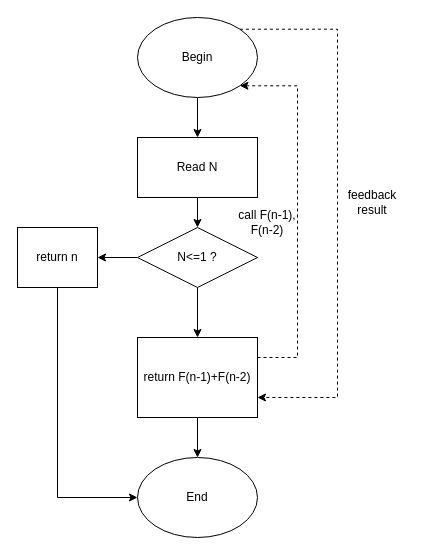
106210049/OOP_excercise keeps this draw.io diagram as page "recursion" (1 of 2) of Fibonacci.drawio. Above is the earlier version. Source tidied: cells renumbered, new cells numbered last; positions are measured from the earlier drawing's top-left corner, leaving out a move shared by most shapes. Both pictures are drawn from the tidied source at 100%, with x=0, y=0 at pixel (17, 17).
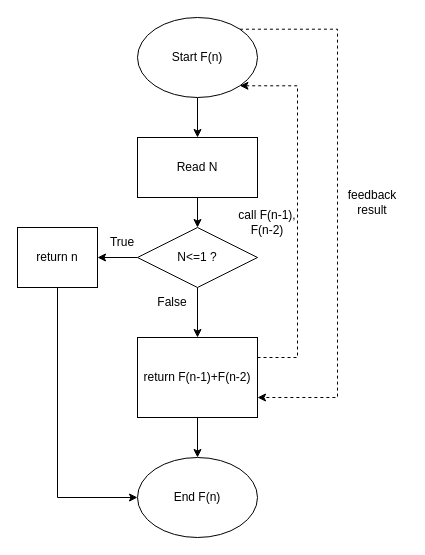
The same diagram, later.

The edit, as a diff of the source:
```diff
@@
-    <mxCell id="4" value="Begin" style="ellipse;whiteSpace=wrap;html=1;" parent="1" vertex="1">
+    <mxCell id="4" value="Start F(n)" style="ellipse;whiteSpace=wrap;html=1;" parent="1" vertex="1">
       <mxGeometry x="120" width="120" height="80" as="geometry" />
     </mxCell>
@@
-    <mxCell id="17" value="End" style="ellipse;whiteSpace=wrap;html=1;" parent="1" vertex="1">
+    <mxCell id="17" value="End F(n)" style="ellipse;whiteSpace=wrap;html=1;" parent="1" vertex="1">
       <mxGeometry x="120" y="440" width="120" height="80" as="geometry" />
     </mxCell>
+    <mxCell id="18" value="True" style="text;strokeColor=none;align=center;fillColor=none;html=1;verticalAlign=middle;whiteSpace=wrap;rounded=0;" parent="1" vertex="1">
+      <mxGeometry x="80" y="210" width="50" height="30" as="geometry" />
+    </mxCell>
+    <mxCell id="19" value="False" style="text;strokeColor=none;align=center;fillColor=none;html=1;verticalAlign=middle;whiteSpace=wrap;rounded=0;" parent="1" vertex="1">
+      <mxGeometry x="130" y="270" width="50" height="30" as="geometry" />
+    </mxCell>
```
